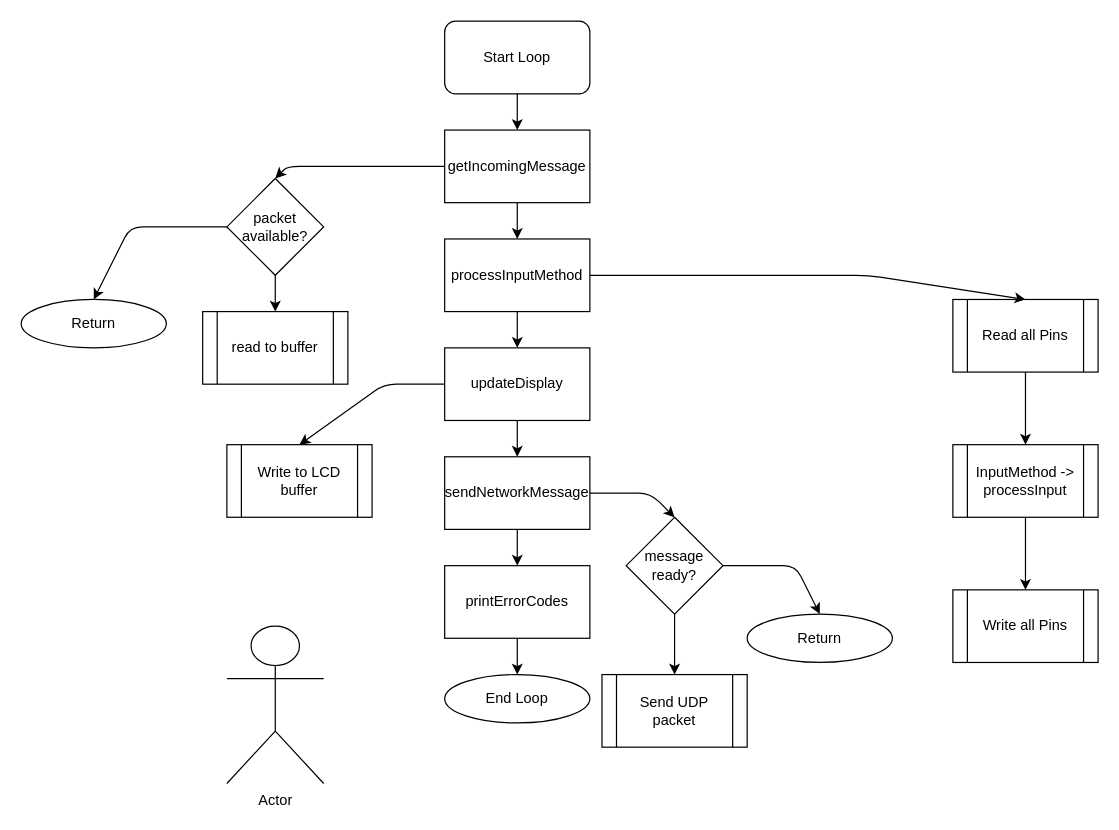
Matt-and-Gib/gleemail keeps this draw.io diagram as page "Loop" (2 of 2) of glEEmail flow.drawio. Above is the earlier version. Source tidied: cells renumbered, new cells numbered last; positions are measured from the earlier drawing's top-left corner, leaving out a move shared by most shapes. Both pictures are drawn from the tidied source at 121%, with x=0, y=0 at pixel (21, 21).
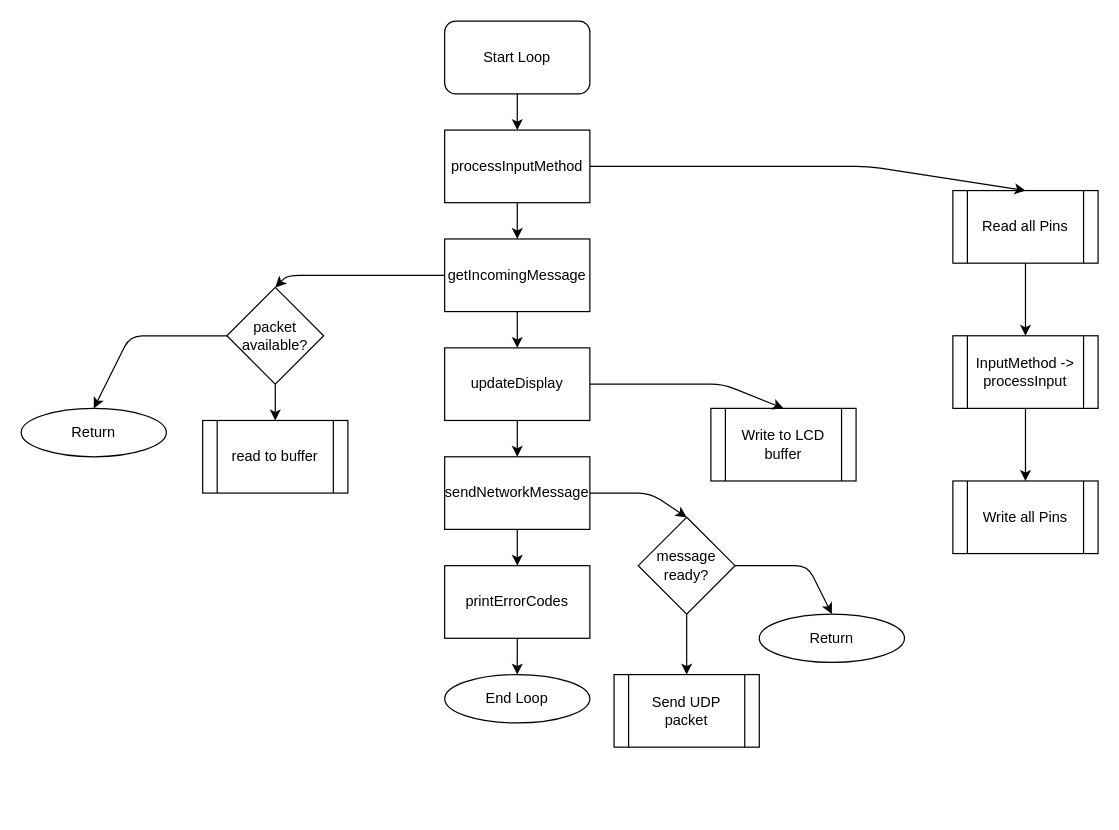
The same diagram, later.

Commit message (it also covers changes not shown here):
Revised loop flow & added error

The change refers to these unchanged cells:
```xml
<mxCell id="2" value="Start Loop" style="rounded=1;whiteSpace=wrap;html=1;" parent="1" vertex="1">
  <mxGeometry x="350" width="120" height="60" as="geometry" />
</mxCell>
<mxCell id="15" value="updateDisplay" style="rounded=0;whiteSpace=wrap;html=1;" parent="1" vertex="1">
  <mxGeometry x="350" y="270" width="120" height="60" as="geometry" />
</mxCell>
```

Change to the diagram source:
```diff
@@
+    <mxCell id="36" style="edgeStyle=orthogonalEdgeStyle;rounded=0;jettySize=auto;html=1;exitX=0.5;exitY=1;exitDx=0;exitDy=0;entryX=0.5;entryY=0;entryDx=0;entryDy=0;" parent="1" edge="1" source="2" target="4">
+      <mxGeometry relative="1" as="geometry" />
+    </mxCell>
@@
-    <mxCell id="3" style="edgeStyle=orthogonalEdgeStyle;rounded=0;jettySize=auto;html=1;exitX=0.5;exitY=1;exitDx=0;exitDy=0;" parent="1" edge="1" source="4" target="15">
-      <mxGeometry relative="1" as="geometry" />
-    </mxCell>
+    <mxCell id="37" style="edgeStyle=orthogonalEdgeStyle;rounded=0;jettySize=auto;html=1;exitX=0.5;exitY=1;exitDx=0;exitDy=0;entryX=0.5;entryY=0;entryDx=0;entryDy=0;" parent="1" edge="1" source="4" target="11">
+      <mxGeometry relative="1" as="geometry" />
+    </mxCell>
     <mxCell id="4" value="processInputMethod" style="rounded=0;whiteSpace=wrap;html=1;" parent="1" vertex="1">
-      <mxGeometry x="350" y="180" width="120" height="60" as="geometry" />
+      <mxGeometry x="350" y="90" width="120" height="60" as="geometry" />
     </mxCell>
@@
     <mxCell id="6" value="Read all Pins" style="shape=process;whiteSpace=wrap;html=1;backgroundOutline=1;" parent="1" vertex="1">
-      <mxGeometry x="770" y="230" width="120" height="60" as="geometry" />
+      <mxGeometry x="770" y="140" width="120" height="60" as="geometry" />
     </mxCell>
@@
     <mxCell id="8" value="&lt;div&gt;InputMethod -&amp;gt; processInput&lt;/div&gt;" style="shape=process;whiteSpace=wrap;html=1;backgroundOutline=1;" parent="1" vertex="1">
-      <mxGeometry x="770" y="350" width="120" height="60" as="geometry" />
+      <mxGeometry x="770" y="260" width="120" height="60" as="geometry" />
     </mxCell>
     <mxCell id="9" value="Write all Pins" style="shape=process;whiteSpace=wrap;html=1;backgroundOutline=1;" parent="1" vertex="1">
-      <mxGeometry x="770" y="470" width="120" height="60" as="geometry" />
+      <mxGeometry x="770" y="380" width="120" height="60" as="geometry" />
     </mxCell>
-    <mxCell id="10" style="edgeStyle=orthogonalEdgeStyle;rounded=0;jettySize=auto;html=1;exitX=0.5;exitY=1;exitDx=0;exitDy=0;entryX=0.5;entryY=0;entryDx=0;entryDy=0;" parent="1" edge="1" source="11" target="4">
-      <mxGeometry relative="1" as="geometry" />
-    </mxCell>
+    <mxCell id="38" style="edgeStyle=orthogonalEdgeStyle;rounded=0;jettySize=auto;html=1;exitX=0.5;exitY=1;exitDx=0;exitDy=0;entryX=0.5;entryY=0;entryDx=0;entryDy=0;" parent="1" edge="1" source="11" target="15">
+      <mxGeometry relative="1" as="geometry" />
+    </mxCell>
     <mxCell id="11" value="getIncomingMessage" style="rounded=0;whiteSpace=wrap;html=1;" parent="1" vertex="1">
-      <mxGeometry x="350" y="90" width="120" height="60" as="geometry" />
+      <mxGeometry x="350" y="180" width="120" height="60" as="geometry" />
     </mxCell>
@@
     <mxCell id="16" style="endArrow=classic;html=1;exitX=1;exitY=0.5;exitDx=0;exitDy=0;entryX=0.5;entryY=0;entryDx=0;entryDy=0;" parent="1" edge="1" source="4" target="6">
       <mxGeometry relative="1" as="geometry">
         <Array as="points">
-          <mxPoint x="700" y="210" />
+          <mxPoint x="700" y="120" />
         </Array>
       </mxGeometry>
     </mxCell>
-    <mxCell id="17" style="endArrow=classic;html=1;exitX=0.5;exitY=1;exitDx=0;exitDy=0;entryX=0.5;entryY=0;entryDx=0;entryDy=0;" parent="1" edge="1" source="2" target="11">
-      <mxGeometry relative="1" as="geometry" />
-    </mxCell>
@@
     <mxCell id="19" value="&lt;div&gt;packet available?&lt;/div&gt;" style="rhombus;whiteSpace=wrap;html=1;" parent="1" vertex="1">
-      <mxGeometry x="170" y="130" width="80" height="80" as="geometry" />
+      <mxGeometry x="170" y="220" width="80" height="80" as="geometry" />
     </mxCell>
     <mxCell id="20" style="endArrow=classic;html=1;exitX=0;exitY=0.5;exitDx=0;exitDy=0;entryX=0.5;entryY=0;entryDx=0;entryDy=0;" parent="1" edge="1" source="11" target="19">
       <mxGeometry relative="1" as="geometry">
         <Array as="points">
-          <mxPoint x="220" y="120" />
+          <mxPoint x="220" y="210" />
         </Array>
       </mxGeometry>
     </mxCell>
     <mxCell id="21" value="read to buffer" style="shape=process;whiteSpace=wrap;html=1;backgroundOutline=1;" parent="1" vertex="1">
-      <mxGeometry x="150" y="240" width="120" height="60" as="geometry" />
+      <mxGeometry x="150" y="330" width="120" height="60" as="geometry" />
     </mxCell>
     <mxCell id="22" value="Return" style="ellipse;whiteSpace=wrap;html=1;" parent="1" vertex="1">
-      <mxGeometry y="230" width="120" height="40" as="geometry" />
+      <mxGeometry y="320" width="120" height="40" as="geometry" />
     </mxCell>
     <mxCell id="23" style="endArrow=classic;html=1;exitX=0;exitY=0.5;exitDx=0;exitDy=0;entryX=0.5;entryY=0;entryDx=0;entryDy=0;" parent="1" edge="1" source="19" target="22">
       <mxGeometry relative="1" as="geometry">
         <Array as="points">
-          <mxPoint x="90" y="170" />
+          <mxPoint x="90" y="260" />
         </Array>
       </mxGeometry>
     </mxCell>
     <mxCell id="24" value="Write to LCD buffer" style="shape=process;whiteSpace=wrap;html=1;backgroundOutline=1;" parent="1" vertex="1">
-      <mxGeometry x="170" y="350" width="120" height="60" as="geometry" />
+      <mxGeometry x="570" y="320" width="120" height="60" as="geometry" />
     </mxCell>
-    <mxCell id="25" style="endArrow=classic;html=1;exitX=0;exitY=0.5;exitDx=0;exitDy=0;entryX=0.5;entryY=0;entryDx=0;entryDy=0;" parent="1" edge="1" source="15" target="24">
+    <mxCell id="25" style="endArrow=classic;html=1;entryX=0.5;entryY=0;entryDx=0;entryDy=0;exitX=1;exitY=0.5;exitDx=0;exitDy=0;" parent="1" edge="1" source="15" target="24">
       <mxGeometry relative="1" as="geometry">
         <Array as="points">
-          <mxPoint x="300" y="300" />
+          <mxPoint x="580" y="300" />
         </Array>
       </mxGeometry>
     </mxCell>
@@
     <mxCell id="27" value="message ready?" style="rhombus;whiteSpace=wrap;html=1;" parent="1" vertex="1">
-      <mxGeometry x="500" y="410" width="80" height="80" as="geometry" />
+      <mxGeometry x="510" y="410" width="80" height="80" as="geometry" />
     </mxCell>
@@
     <mxCell id="29" value="Send UDP packet" style="shape=process;whiteSpace=wrap;html=1;backgroundOutline=1;" parent="1" vertex="1">
-      <mxGeometry x="480" y="540" width="120" height="60" as="geometry" />
+      <mxGeometry x="490" y="540" width="120" height="60" as="geometry" />
     </mxCell>
     <mxCell id="30" value="Return" style="ellipse;whiteSpace=wrap;html=1;" parent="1" vertex="1">
-      <mxGeometry x="600" y="490" width="120" height="40" as="geometry" />
+      <mxGeometry x="610" y="490" width="120" height="40" as="geometry" />
     </mxCell>
     <mxCell id="31" style="endArrow=classic;html=1;entryX=0.5;entryY=0;entryDx=0;entryDy=0;exitX=1;exitY=0.5;exitDx=0;exitDy=0;" parent="1" edge="1" source="27" target="30">
       <mxGeometry relative="1" as="geometry">
         <Array as="points">
-          <mxPoint x="640" y="450" />
+          <mxPoint x="650" y="450" />
         </Array>
       </mxGeometry>
     </mxCell>
@@
-    <mxCell id="35" value="Actor" style="shape=umlActor;verticalLabelPosition=bottom;verticalAlign=top;html=1;" parent="1" vertex="1">
-      <mxGeometry x="170" y="500" width="80" height="130" as="geometry" />
-    </mxCell>
```
